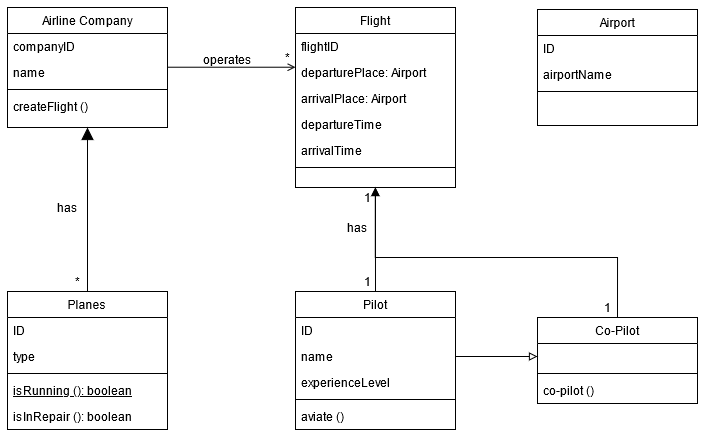
Furkanber/patika-oop keeps this draw.io diagram as flight-management/Flight Management.png. Above is the earlier version. Source tidied: cells renumbered, new cells last; positions are measured from the earlier drawing's top-left corner, leaving out a move shared by most shapes.
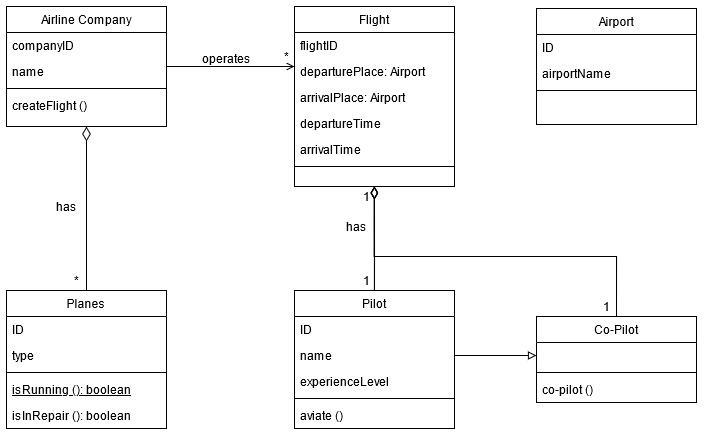
The same file after the commit.

What changed in the source:
```diff
@@ -35,7 +35,7 @@
     <mxCell id="12" value="isInRepair (): boolean" style="text;align=left;verticalAlign=top;spacingLeft=4;spacingRight=4;overflow=hidden;" parent="7" vertex="1">
       <mxGeometry y="112" width="160" height="26" as="geometry" />
     </mxCell>
-    <mxCell id="13" style="endArrow=block;endSize=10;endFill=1;shadow=0;strokeWidth=1;rounded=0;edgeStyle=elbowEdgeStyle;elbow=vertical;" parent="1" edge="1" source="7" target="2">
+    <mxCell id="13" style="endArrow=diamondThin;endSize=12;endFill=0;shadow=0;strokeWidth=1;rounded=0;edgeStyle=elbowEdgeStyle;elbow=vertical;" parent="1" edge="1" source="7" target="2">
       <mxGeometry relative="1" as="geometry" />
     </mxCell>
     <mxCell id="14" value="Flight" style="swimlane;fontStyle=0;align=center;verticalAlign=top;horizontal=1;startSize=26;rounded=0;shadow=0;strokeWidth=1;" parent="1" vertex="1">
@@ -87,7 +87,7 @@
     <mxCell id="28" value="aviate ()" style="text;align=left;verticalAlign=top;spacingLeft=4;spacingRight=4;overflow=hidden;" parent="23" vertex="1">
       <mxGeometry y="112" width="160" height="26" as="geometry" />
     </mxCell>
-    <mxCell id="29" style="edgeStyle=orthogonalEdgeStyle;rounded=0;jettySize=auto;html=1;exitX=0.5;exitY=0;exitDx=0;exitDy=0;endArrow=block;endFill=1;" parent="1" edge="1" source="23">
+    <mxCell id="29" style="edgeStyle=orthogonalEdgeStyle;rounded=0;jettySize=auto;html=1;exitX=0.5;exitY=0;exitDx=0;exitDy=0;endArrow=diamondThin;endFill=0;endSize=10;" parent="1" edge="1" source="23">
       <mxGeometry relative="1" as="geometry">
         <mxPoint x="368" y="180" as="targetPoint" />
         <Array as="points">
@@ -137,7 +137,7 @@
         <mxPoint x="530" y="349" as="targetPoint" />
       </mxGeometry>
     </mxCell>
-    <mxCell id="43" style="edgeStyle=orthogonalEdgeStyle;rounded=0;jettySize=auto;html=1;endArrow=block;endFill=1;exitX=0.5;exitY=0;exitDx=0;exitDy=0;" parent="1" edge="1" source="38">
+    <mxCell id="43" style="edgeStyle=orthogonalEdgeStyle;rounded=0;jettySize=auto;html=1;endArrow=diamondThin;endFill=0;exitX=0.5;exitY=0;exitDx=0;exitDy=0;endSize=10;" parent="1" edge="1" source="38">
       <mxGeometry relative="1" as="geometry">
         <mxPoint x="367.8" y="180" as="targetPoint" />
         <Array as="points">
@@ -155,5 +155,25 @@
     <mxCell id="46" value="has" style="text;html=1;align=center;verticalAlign=middle;strokeColor=none;" parent="1" vertex="1">
       <mxGeometry x="330" y="210" width="40" height="20" as="geometry" />
     </mxCell>
+    <mxCell id="47" style="edgeStyle=orthogonalEdgeStyle;rounded=0;orthogonalLoop=1;jettySize=auto;html=1;endArrow=diamondThin;endFill=0;exitX=0.5;exitY=0;exitDx=0;exitDy=0;endSize=10;" parent="1" edge="1">
+      <mxGeometry relative="1" as="geometry">
+        <mxPoint x="610" y="310" as="sourcePoint" />
+        <mxPoint x="367.8" y="180" as="targetPoint" />
+        <Array as="points">
+          <mxPoint x="610" y="250" />
+          <mxPoint x="368" y="250" />
+        </Array>
+      </mxGeometry>
+    </mxCell>
+    <mxCell id="48" style="edgeStyle=orthogonalEdgeStyle;rounded=0;orthogonalLoop=1;jettySize=auto;html=1;exitX=0.5;exitY=0;exitDx=0;exitDy=0;endArrow=diamondThin;endFill=0;endSize=10;" parent="1" edge="1">
+      <mxGeometry relative="1" as="geometry">
+        <mxPoint x="367.9" y="284" as="sourcePoint" />
+        <mxPoint x="367.9" y="180" as="targetPoint" />
+        <Array as="points">
+          <mxPoint x="367.9" y="250" />
+          <mxPoint x="367.9" y="250" />
+        </Array>
+      </mxGeometry>
+    </mxCell>
   </root>
 </mxGraphModel>
```
